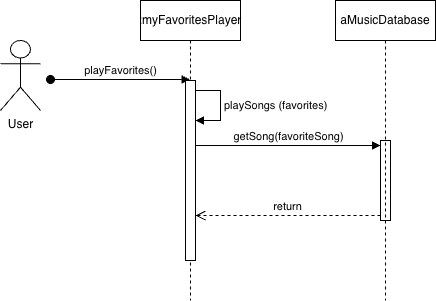
Jtoosh/byu-cs340 keeps this draw.io diagram as Sequence Diagram exercise.drawio.png. Above is the earlier version. Source tidied: cells renumbered, new cells last; positions are measured from the earlier drawing's top-left corner, leaving out a move shared by most shapes.
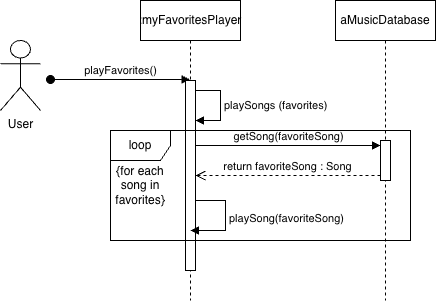
Later version of the same file.

The edit, as a diff of the source:
```diff
@@ -14,7 +14,7 @@
       <mxGeometry x="140" width="100" height="300" as="geometry" />
     </mxCell>
     <mxCell id="5" style="html=1;points=[[0,0,0,0,5],[0,1,0,0,-5],[1,0,0,0,5],[1,1,0,0,-5]];perimeter=orthogonalPerimeter;outlineConnect=0;targetShapes=umlLifeline;portConstraint=eastwest;newEdgeStyle={&quot;curved&quot;:0,&quot;rounded&quot;:0};" parent="4" vertex="1">
-      <mxGeometry x="45" y="80" width="10" height="180" as="geometry" />
+      <mxGeometry x="45" y="80" width="10" height="190" as="geometry" />
     </mxCell>
     <mxCell id="6" value="playSongs (favorites)" style="html=1;align=left;spacingLeft=2;endArrow=block;rounded=0;edgeStyle=orthogonalEdgeStyle;curved=0;rounded=0;" parent="4" edge="1" source="5" target="5">
       <mxGeometry relative="1" as="geometry">
@@ -24,17 +24,33 @@
         </Array>
       </mxGeometry>
     </mxCell>
-    <mxCell id="7" style="html=1;points=[[0,0,0,0,5],[0,1,0,0,-5],[1,0,0,0,5],[1,1,0,0,-5]];perimeter=orthogonalPerimeter;outlineConnect=0;targetShapes=umlLifeline;portConstraint=eastwest;newEdgeStyle={&quot;curved&quot;:0,&quot;rounded&quot;:0};" parent="1" vertex="1">
-      <mxGeometry x="380" y="140" width="10" height="80" as="geometry" />
-    </mxCell>
     <mxCell id="8" value="getSong(favoriteSong)" style="html=1;verticalAlign=bottom;endArrow=block;curved=0;rounded=0;entryX=0;entryY=0;entryDx=0;entryDy=5;" parent="1" edge="1" source="5" target="7">
       <mxGeometry relative="1" as="geometry" />
     </mxCell>
-    <mxCell id="9" value="return" style="html=1;verticalAlign=bottom;endArrow=open;dashed=1;endSize=8;curved=0;rounded=0;exitX=0;exitY=1;exitDx=0;exitDy=-5;" parent="1" edge="1" source="7" target="5">
+    <mxCell id="9" value="return favoriteSong : Song" style="html=1;verticalAlign=bottom;endArrow=open;dashed=1;endSize=8;curved=0;rounded=0;exitX=0;exitY=1;exitDx=0;exitDy=-5;" parent="1" edge="1" source="7" target="5">
       <mxGeometry relative="1" as="geometry" />
     </mxCell>
     <mxCell id="10" value="aMusicDatabase" style="shape=umlLifeline;perimeter=lifelinePerimeter;whiteSpace=wrap;html=1;newEdgeStyle={&quot;curved&quot;:0,&quot;rounded&quot;:0};" parent="1" vertex="1">
       <mxGeometry x="335" width="100" height="300" as="geometry" />
     </mxCell>
+    <mxCell id="7" style="html=1;points=[[0,0,0,0,5],[0,1,0,0,-5],[1,0,0,0,5],[1,1,0,0,-5]];perimeter=orthogonalPerimeter;outlineConnect=0;targetShapes=umlLifeline;portConstraint=eastwest;newEdgeStyle={&quot;curved&quot;:0,&quot;rounded&quot;:0};" parent="10" vertex="1">
+      <mxGeometry x="45" y="140" width="10" height="40" as="geometry" />
+    </mxCell>
+    <mxCell id="11" value="loop" style="shape=umlFrame;whiteSpace=wrap;html=1;" parent="1" vertex="1">
+      <mxGeometry x="110" y="130" width="300" height="110" as="geometry" />
+    </mxCell>
+    <mxCell id="12" value="playSong(favoriteSong)" style="html=1;align=left;spacingLeft=2;endArrow=block;rounded=0;edgeStyle=orthogonalEdgeStyle;curved=0;rounded=0;" parent="1" edge="1">
+      <mxGeometry relative="1" as="geometry">
+        <mxPoint x="195" y="200" as="sourcePoint" />
+        <mxPoint x="190" y="230" as="targetPoint" />
+        <Array as="points">
+          <mxPoint x="225" y="200" />
+          <mxPoint x="225" y="230" />
+        </Array>
+      </mxGeometry>
+    </mxCell>
+    <mxCell id="13" value="{for each song in favorites}" style="text;html=1;whiteSpace=wrap;strokeColor=none;fillColor=none;align=center;verticalAlign=middle;rounded=0;" parent="1" vertex="1">
+      <mxGeometry x="110" y="170" width="60" height="30" as="geometry" />
+    </mxCell>
   </root>
 </mxGraphModel>
```
